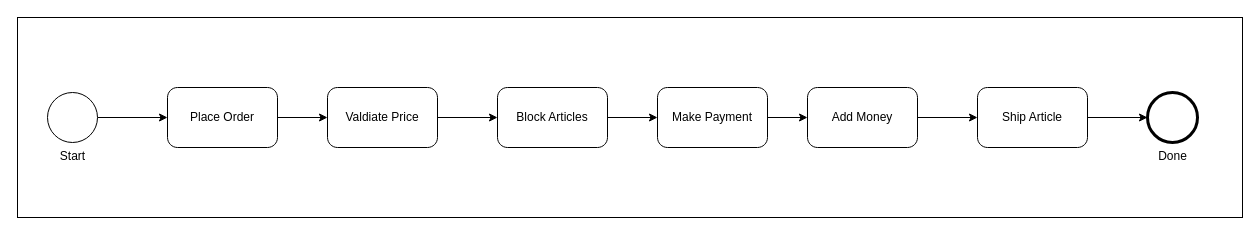
This is figures/SimplifiedBusinessProcess.drawio from RichardWerner173134/Masterarbeit-Latex, a draw.io file, before an edit. Source tidied: cells renumbered, new cells numbered last; positions are measured from the earlier drawing's top-left corner, leaving out a move shared by most shapes. Both pictures are drawn from the tidied source at 100%, with x=0, y=0 at pixel (17, 17).
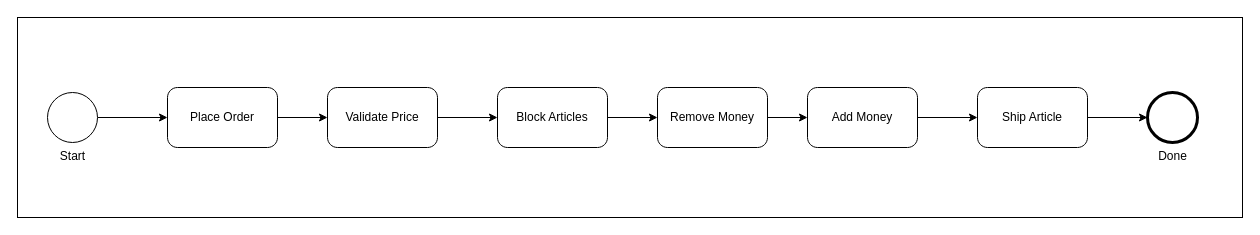
The same page after the edit.

What changed in the source:
```diff
@@
 <mxGraphModel>
   <root>
     <mxCell id="0" />
     <mxCell id="1" parent="0" />
     <mxCell id="2" style="rounded=0;whiteSpace=wrap;html=1;" parent="1" vertex="1">
       <mxGeometry width="1225" height="200" as="geometry" />
     </mxCell>
     <mxCell id="3" style="edgeStyle=orthogonalEdgeStyle;rounded=0;jettySize=auto;html=1;entryX=0;entryY=0.5;entryDx=0;entryDy=0;entryPerimeter=0;" parent="1" edge="1" source="4" target="6">
       <mxGeometry relative="1" as="geometry" />
     </mxCell>
     <mxCell id="4" value="Place Order" style="points=[[0.25,0,0],[0.5,0,0],[0.75,0,0],[1,0.25,0],[1,0.5,0],[1,0.75,0],[0.75,1,0],[0.5,1,0],[0.25,1,0],[0,0.75,0],[0,0.5,0],[0,0.25,0]];shape=mxgraph.bpmn.task;whiteSpace=wrap;rectStyle=rounded;size=10;html=1;taskMarker=abstract;" parent="1" vertex="1">
       <mxGeometry x="150" y="70" width="110" height="60" as="geometry" />
     </mxCell>
     <mxCell id="5" style="edgeStyle=orthogonalEdgeStyle;rounded=0;jettySize=auto;html=1;entryX=0;entryY=0.5;entryDx=0;entryDy=0;entryPerimeter=0;" parent="1" edge="1" source="6" target="8">
       <mxGeometry relative="1" as="geometry" />
     </mxCell>
-    <mxCell id="6" value="Valdiate Price" style="points=[[0.25,0,0],[0.5,0,0],[0.75,0,0],[1,0.25,0],[1,0.5,0],[1,0.75,0],[0.75,1,0],[0.5,1,0],[0.25,1,0],[0,0.75,0],[0,0.5,0],[0,0.25,0]];shape=mxgraph.bpmn.task;whiteSpace=wrap;rectStyle=rounded;size=10;html=1;taskMarker=abstract;" parent="1" vertex="1">
+    <mxCell id="6" value="Validate Price" style="points=[[0.25,0,0],[0.5,0,0],[0.75,0,0],[1,0.25,0],[1,0.5,0],[1,0.75,0],[0.75,1,0],[0.5,1,0],[0.25,1,0],[0,0.75,0],[0,0.5,0],[0,0.25,0]];shape=mxgraph.bpmn.task;whiteSpace=wrap;rectStyle=rounded;size=10;html=1;taskMarker=abstract;" parent="1" vertex="1">
       <mxGeometry x="310" y="70" width="110" height="60" as="geometry" />
     </mxCell>
     <mxCell id="7" style="edgeStyle=orthogonalEdgeStyle;rounded=0;jettySize=auto;html=1;entryX=0;entryY=0.5;entryDx=0;entryDy=0;entryPerimeter=0;" parent="1" edge="1" source="8" target="10">
       <mxGeometry relative="1" as="geometry" />
     </mxCell>
     <mxCell id="8" value="Block Articles" style="points=[[0.25,0,0],[0.5,0,0],[0.75,0,0],[1,0.25,0],[1,0.5,0],[1,0.75,0],[0.75,1,0],[0.5,1,0],[0.25,1,0],[0,0.75,0],[0,0.5,0],[0,0.25,0]];shape=mxgraph.bpmn.task;whiteSpace=wrap;rectStyle=rounded;size=10;html=1;taskMarker=abstract;" parent="1" vertex="1">
       <mxGeometry x="480" y="70" width="110" height="60" as="geometry" />
     </mxCell>
     <mxCell id="9" style="edgeStyle=orthogonalEdgeStyle;rounded=0;jettySize=auto;html=1;entryX=0;entryY=0.5;entryDx=0;entryDy=0;entryPerimeter=0;" parent="1" edge="1" source="10" target="12">
       <mxGeometry relative="1" as="geometry" />
     </mxCell>
-    <mxCell id="10" value="Make Payment" style="points=[[0.25,0,0],[0.5,0,0],[0.75,0,0],[1,0.25,0],[1,0.5,0],[1,0.75,0],[0.75,1,0],[0.5,1,0],[0.25,1,0],[0,0.75,0],[0,0.5,0],[0,0.25,0]];shape=mxgraph.bpmn.task;whiteSpace=wrap;rectStyle=rounded;size=10;html=1;taskMarker=abstract;" parent="1" vertex="1">
+    <mxCell id="10" value="Remove Money" style="points=[[0.25,0,0],[0.5,0,0],[0.75,0,0],[1,0.25,0],[1,0.5,0],[1,0.75,0],[0.75,1,0],[0.5,1,0],[0.25,1,0],[0,0.75,0],[0,0.5,0],[0,0.25,0]];shape=mxgraph.bpmn.task;whiteSpace=wrap;rectStyle=rounded;size=10;html=1;taskMarker=abstract;" parent="1" vertex="1">
       <mxGeometry x="640" y="70" width="110" height="60" as="geometry" />
     </mxCell>
     <mxCell id="11" style="edgeStyle=orthogonalEdgeStyle;rounded=0;jettySize=auto;html=1;entryX=0;entryY=0.5;entryDx=0;entryDy=0;entryPerimeter=0;" parent="1" edge="1" source="12" target="17">
       <mxGeometry relative="1" as="geometry" />
     </mxCell>
     <mxCell id="12" value="Add Money" style="points=[[0.25,0,0],[0.5,0,0],[0.75,0,0],[1,0.25,0],[1,0.5,0],[1,0.75,0],[0.75,1,0],[0.5,1,0],[0.25,1,0],[0,0.75,0],[0,0.5,0],[0,0.25,0]];shape=mxgraph.bpmn.task;whiteSpace=wrap;rectStyle=rounded;size=10;html=1;taskMarker=abstract;" parent="1" vertex="1">
       <mxGeometry x="790" y="70" width="110" height="60" as="geometry" />
     </mxCell>
     <mxCell id="13" style="edgeStyle=orthogonalEdgeStyle;rounded=0;jettySize=auto;html=1;entryX=0;entryY=0.5;entryDx=0;entryDy=0;entryPerimeter=0;exitX=1;exitY=0.5;exitDx=0;exitDy=0;exitPerimeter=0;" parent="1" edge="1" source="17" target="14">
       <mxGeometry relative="1" as="geometry" />
     </mxCell>
     <mxCell id="14" value="Done" style="points=[[0.145,0.145,0],[0.5,0,0],[0.855,0.145,0],[1,0.5,0],[0.855,0.855,0],[0.5,1,0],[0.145,0.855,0],[0,0.5,0]];shape=mxgraph.bpmn.event;html=1;verticalLabelPosition=bottom;labelBackgroundColor=#ffffff;verticalAlign=top;align=center;perimeter=ellipsePerimeter;outlineConnect=0;outline=end;symbol=terminate2;" parent="1" vertex="1">
       <mxGeometry x="1130" y="75" width="50" height="50" as="geometry" />
     </mxCell>
     <mxCell id="15" style="edgeStyle=orthogonalEdgeStyle;rounded=0;jettySize=auto;html=1;entryX=0;entryY=0.5;entryDx=0;entryDy=0;entryPerimeter=0;" parent="1" edge="1" source="16" target="4">
       <mxGeometry relative="1" as="geometry" />
     </mxCell>
     <mxCell id="16" value="Start" style="points=[[0.145,0.145,0],[0.5,0,0],[0.855,0.145,0],[1,0.5,0],[0.855,0.855,0],[0.5,1,0],[0.145,0.855,0],[0,0.5,0]];shape=mxgraph.bpmn.event;html=1;verticalLabelPosition=bottom;labelBackgroundColor=#ffffff;verticalAlign=top;align=center;perimeter=ellipsePerimeter;outlineConnect=0;outline=standard;symbol=general;" parent="1" vertex="1">
       <mxGeometry x="30" y="75" width="50" height="50" as="geometry" />
     </mxCell>
     <mxCell id="17" value="Ship Article" style="points=[[0.25,0,0],[0.5,0,0],[0.75,0,0],[1,0.25,0],[1,0.5,0],[1,0.75,0],[0.75,1,0],[0.5,1,0],[0.25,1,0],[0,0.75,0],[0,0.5,0],[0,0.25,0]];shape=mxgraph.bpmn.task;whiteSpace=wrap;rectStyle=rounded;size=10;html=1;taskMarker=abstract;" parent="1" vertex="1">
       <mxGeometry x="960" y="70" width="110" height="60" as="geometry" />
     </mxCell>
   </root>
 </mxGraphModel>
```
